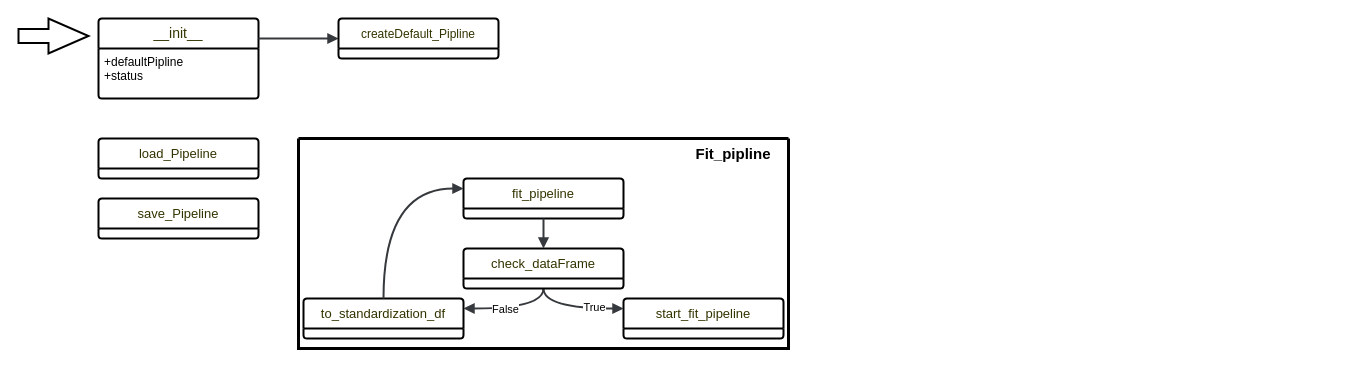
Before: page "Алгорим" (2 of 2) of Diagrams.drawio in Dimitriy200/diplom_autoencoder, a draw.io diagram. Source tidied: cells renumbered, new cells numbered last; positions are measured from the earlier drawing's top-left corner, leaving out a move shared by most shapes. Both pictures are drawn from the tidied source at 100%, with x=0, y=0 at pixel (18, 18).
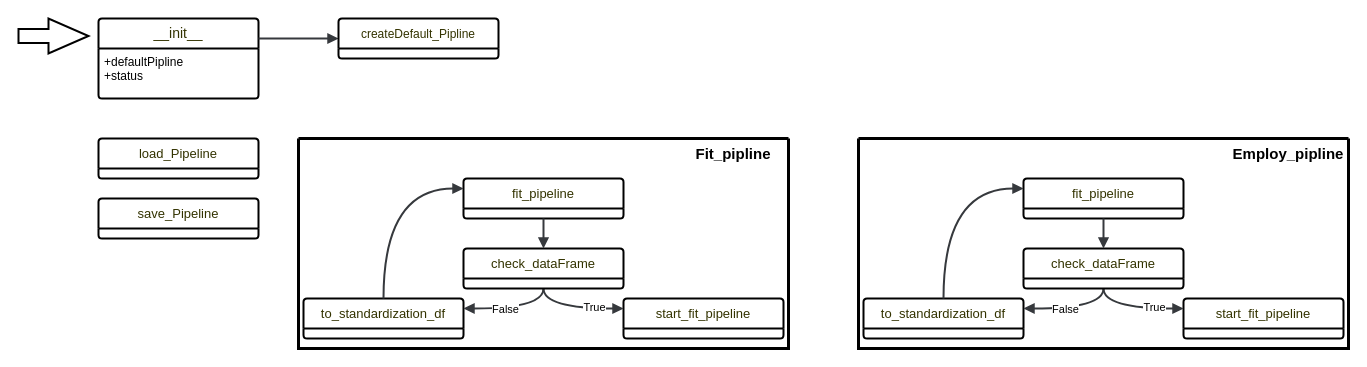
Above is the later version.

The edit, as a diff of the source:
```diff
@@
+    <mxCell id="21" style="swimlane;startSize=0;strokeWidth=3;" parent="1" vertex="1">
+      <mxGeometry x="840" y="120" width="490" height="210" as="geometry" />
+    </mxCell>
+    <mxCell id="22" value="&lt;font color=&quot;#333300&quot;&gt;&lt;span style=&quot;font-size: 13px;&quot;&gt;start_fit_pipeline&lt;/span&gt;&lt;/font&gt;" style="swimlane;horizontal=1;startSize=30;rounded=1;fontSize=14;fontStyle=0;strokeWidth=2;shadow=0;dashed=0;align=center;arcSize=4;whiteSpace=wrap;html=1;" parent="21" vertex="1">
+      <mxGeometry x="325" y="160" width="160" height="40" as="geometry" />
+    </mxCell>
+    <mxCell id="23" value="&lt;span style=&quot;color: rgb(51, 51, 0); font-size: 13px;&quot;&gt;fit_pipeline&lt;/span&gt;" style="swimlane;horizontal=1;startSize=30;rounded=1;fontSize=14;fontStyle=0;strokeWidth=2;shadow=0;dashed=0;align=center;arcSize=4;whiteSpace=wrap;html=1;" parent="21" vertex="1">
+      <mxGeometry x="165" y="40" width="160" height="40" as="geometry" />
+    </mxCell>
+    <mxCell id="24" style="html=1;verticalAlign=bottom;endArrow=block;rounded=0;strokeWidth=2;fillColor=#cdeb8b;strokeColor=#36393d;exitX=0.5;exitY=1;exitDx=0;exitDy=0;entryX=0;entryY=0.25;entryDx=0;entryDy=0;edgeStyle=orthogonalEdgeStyle;curved=1;" parent="21" edge="1" source="29" target="22">
+      <mxGeometry relative="1" as="geometry" />
+    </mxCell>
+    <mxCell id="25" value="True" style="edgeLabel;html=1;align=center;verticalAlign=middle;" parent="24" vertex="1">
+      <mxGeometry x="0.39" y="2" relative="1" as="geometry" />
+    </mxCell>
+    <mxCell id="26" value="&lt;font color=&quot;#333300&quot;&gt;&lt;span style=&quot;font-size: 13px;&quot;&gt;to_standardization_df&lt;/span&gt;&lt;/font&gt;" style="swimlane;horizontal=1;startSize=30;rounded=1;fontSize=14;fontStyle=0;strokeWidth=2;shadow=0;dashed=0;align=center;arcSize=4;whiteSpace=wrap;html=1;" parent="21" vertex="1">
+      <mxGeometry x="5" y="160" width="160" height="40" as="geometry" />
+    </mxCell>
+    <mxCell id="27" style="html=1;verticalAlign=bottom;endArrow=block;rounded=0;strokeWidth=2;fillColor=#cdeb8b;strokeColor=#36393d;exitX=0.5;exitY=1;exitDx=0;exitDy=0;entryX=1;entryY=0.25;entryDx=0;entryDy=0;edgeStyle=orthogonalEdgeStyle;curved=1;" parent="21" edge="1" source="29" target="26">
+      <mxGeometry relative="1" as="geometry" />
+    </mxCell>
+    <mxCell id="28" value="False" style="edgeLabel;html=1;align=center;verticalAlign=middle;" parent="27" vertex="1">
+      <mxGeometry x="0.18" relative="1" as="geometry" />
+    </mxCell>
+    <mxCell id="29" value="&lt;span style=&quot;color: rgb(51, 51, 0); font-size: 13px;&quot;&gt;check_dataFrame&lt;/span&gt;" style="swimlane;horizontal=1;startSize=30;rounded=1;fontSize=14;fontStyle=0;strokeWidth=2;shadow=0;dashed=0;align=center;arcSize=4;whiteSpace=wrap;html=1;" parent="21" vertex="1">
+      <mxGeometry x="165" y="110" width="160" height="40" as="geometry" />
+    </mxCell>
+    <mxCell id="30" style="html=1;verticalAlign=bottom;endArrow=block;rounded=0;strokeWidth=2;fillColor=#cdeb8b;strokeColor=#36393d;exitX=0.5;exitY=1;exitDx=0;exitDy=0;entryX=0.5;entryY=0;entryDx=0;entryDy=0;edgeStyle=orthogonalEdgeStyle;curved=1;" parent="21" edge="1" source="23" target="29">
+      <mxGeometry relative="1" as="geometry" />
+    </mxCell>
+    <mxCell id="31" style="html=1;verticalAlign=bottom;endArrow=block;rounded=0;strokeWidth=2;fillColor=#cdeb8b;strokeColor=#36393d;exitX=0.5;exitY=0;exitDx=0;exitDy=0;entryX=0;entryY=0.25;entryDx=0;entryDy=0;edgeStyle=orthogonalEdgeStyle;curved=1;" parent="21" edge="1" source="26" target="23">
+      <mxGeometry relative="1" as="geometry" />
+    </mxCell>
+    <mxCell id="32" value="&lt;b&gt;&lt;font style=&quot;font-size: 15px;&quot;&gt;Employ_pipline&lt;/font&gt;&lt;/b&gt;" style="text;html=1;align=center;verticalAlign=middle;whiteSpace=wrap;rounded=0;" parent="21" vertex="1">
+      <mxGeometry x="375" width="110" height="30" as="geometry" />
+    </mxCell>
```
